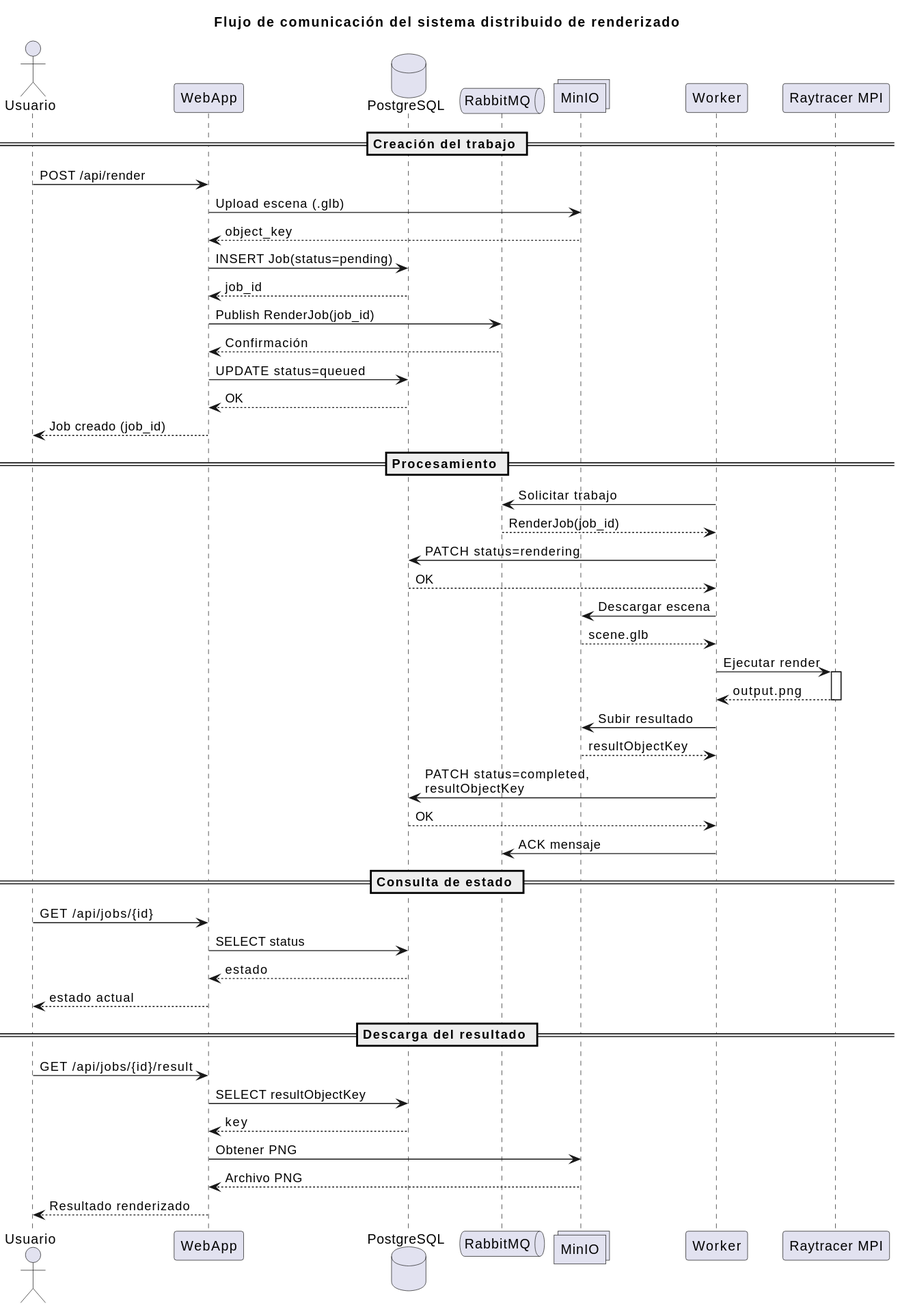
This is images/comms.svg from FING-Sistemas-Distribuidos-2026/PI-Martinez-Padilla-Alvarez-Fabris, a PlantUML export, as it was before one commit.
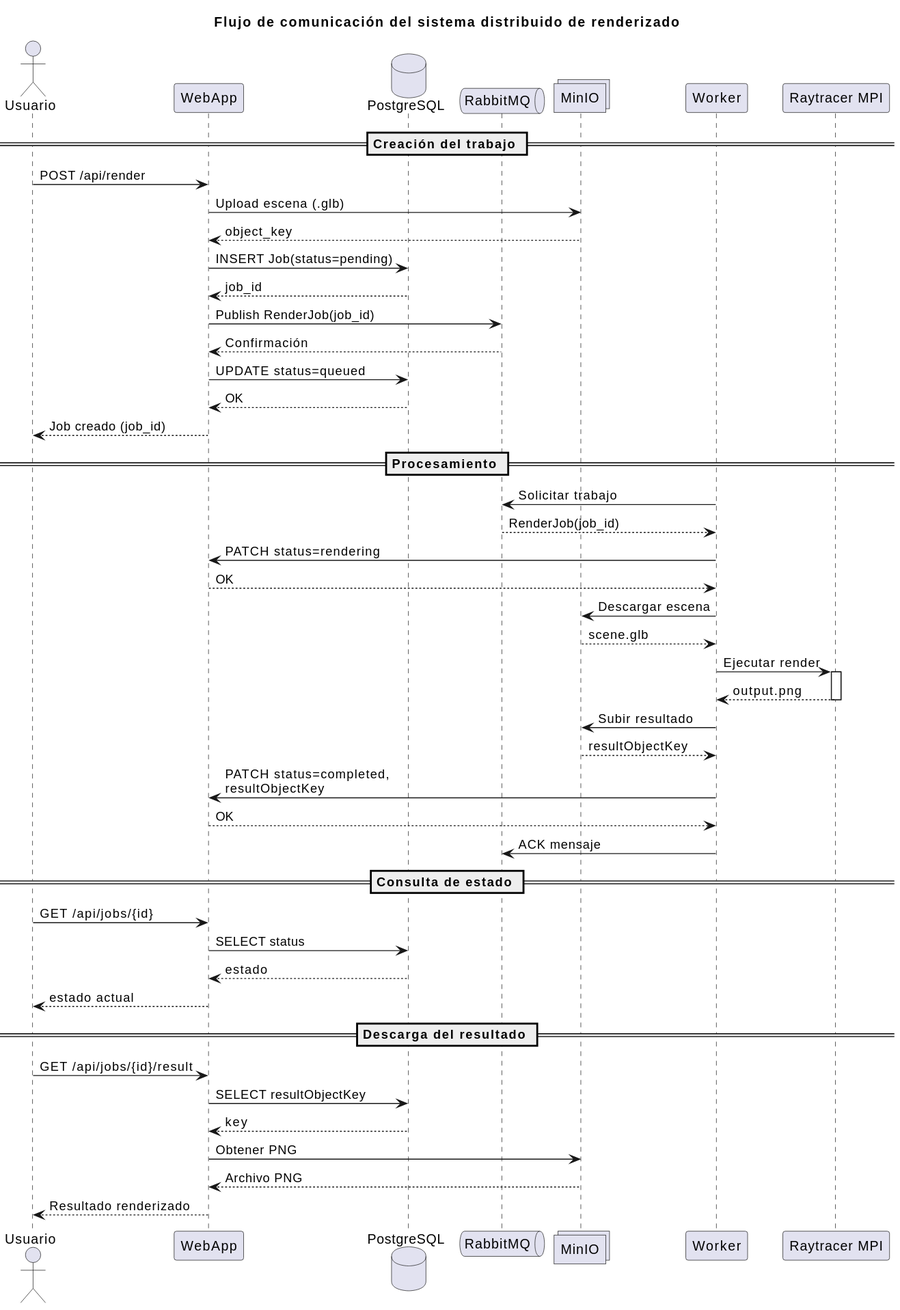
Above is the later version.

Change to the diagram source:
```diff
@@ -33,8 +33,8 @@
 Worker -> MQ : Solicitar trabajo
 MQ --> Worker : RenderJob(job_id)
 
-Worker -> DB : PATCH status=rendering
-DB --> Worker : OK
+Worker -> Web : PATCH status=rendering
+Web --> Worker : OK
 
 Worker -> MinIO : Descargar escena
 MinIO --> Worker : scene.glb
@@ -48,8 +48,8 @@
 Worker -> MinIO : Subir resultado
 MinIO --> Worker : resultObjectKey
 
-Worker -> DB : PATCH status=completed,\nresultObjectKey
-DB --> Worker : OK
+Worker -> Web : PATCH status=completed,\nresultObjectKey
+Web --> Worker : OK
 
 Worker -> MQ : ACK mensaje
 
```
